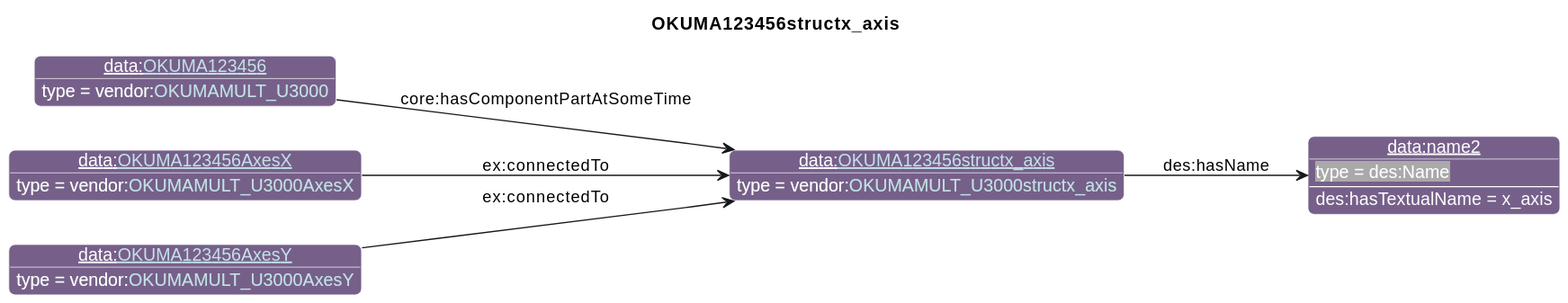
This is diagrams/OKUMA123456structx_axis.svg from iofoundry/example-syseng-mtconnect, a PlantUML export, as it was before one commit.
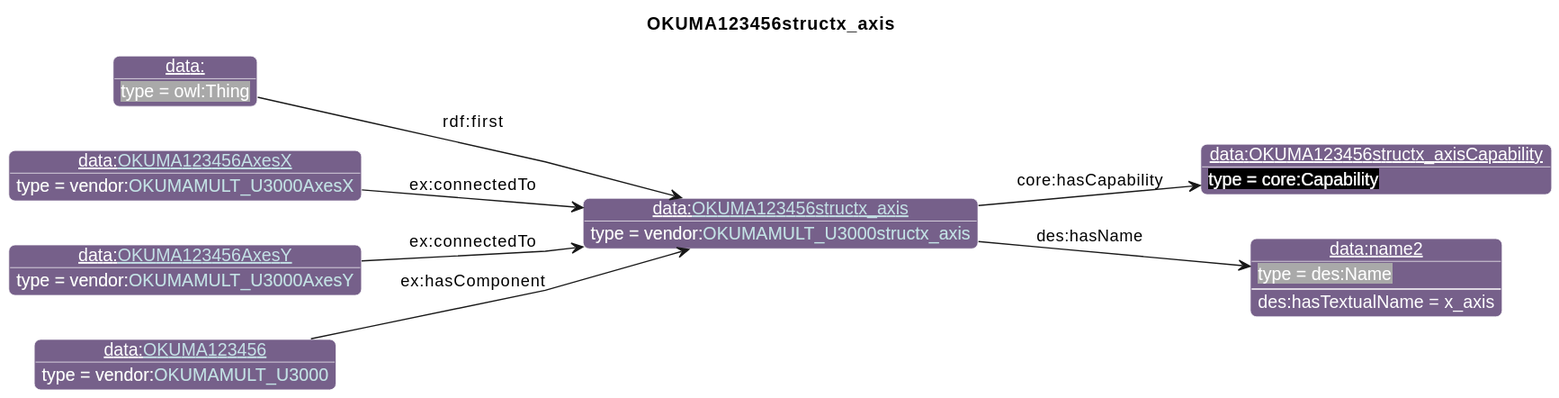
Later version of the same file.

What changed in the source:
```diff
@@ -26,13 +26,17 @@
                       "qp":"641B2E"
       }
 individual(o0, data:[[./OKUMA123456structx_axis.html OKUMA123456structx_axis]], vendor:[[../OKUMA.html#OKUMAMULT_U3000structx_axis OKUMAMULT_U3000structx_axis]])
-individual(o1, data:name2, des:Name)
-individual(o2, data:[[./OKUMA123456.html OKUMA123456]], vendor:[[../OKUMA.html#OKUMAMULT_U3000 OKUMAMULT_U3000]])
-individual(o3, data:[[./OKUMA123456AxesX.html OKUMA123456AxesX]], vendor:[[../OKUMA.html#OKUMAMULT_U3000AxesX OKUMAMULT_U3000AxesX]])
-individual(o4, data:[[./OKUMA123456AxesY.html OKUMA123456AxesY]], vendor:[[../OKUMA.html#OKUMAMULT_U3000AxesY OKUMAMULT_U3000AxesY]])
-property(o0, "des:hasName", o1)
-data(o1, "des:hasTextualName", "x_axis")
-property(o2, "core:hasComponentPartAtSomeTime", o0)
-property(o3, "ex:connectedTo", o0)
+individual(o1, data:OKUMA123456structx_axisCapability, core:Capability)
+individual(o2, data:name2, des:Name)
+individual(o3, data:, owl:Thing)
+individual(o4, data:[[./OKUMA123456AxesX.html OKUMA123456AxesX]], vendor:[[../OKUMA.html#OKUMAMULT_U3000AxesX OKUMAMULT_U3000AxesX]])
+individual(o5, data:[[./OKUMA123456AxesY.html OKUMA123456AxesY]], vendor:[[../OKUMA.html#OKUMAMULT_U3000AxesY OKUMAMULT_U3000AxesY]])
+individual(o6, data:[[./OKUMA123456.html OKUMA123456]], vendor:[[../OKUMA.html#OKUMAMULT_U3000 OKUMAMULT_U3000]])
+property(o0, "core:hasCapability", o1)
+property(o0, "des:hasName", o2)
+data(o2, "des:hasTextualName", "x_axis")
+property(o3, "rdf:first", o0)
 property(o4, "ex:connectedTo", o0)
+property(o5, "ex:connectedTo", o0)
+property(o6, "ex:hasComponent", o0)
 @enduml
```
